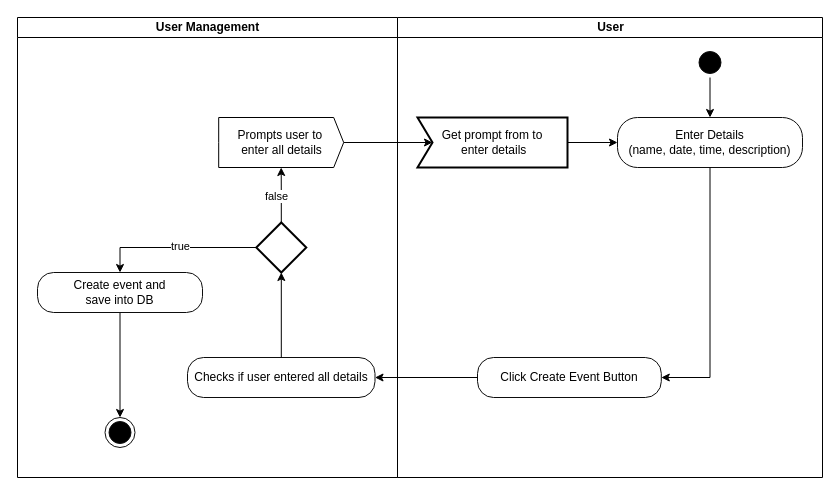
Earlier version of the draw.io diagram create_event_activity.drawio (SethabaAT/test-use-cases-md). Source tidied: cells renumbered, new cells numbered last; positions are measured from the earlier drawing's top-left corner, leaving out a move shared by most shapes. Both pictures are drawn from the tidied source at 100%, with x=0, y=0 at pixel (17, 17).
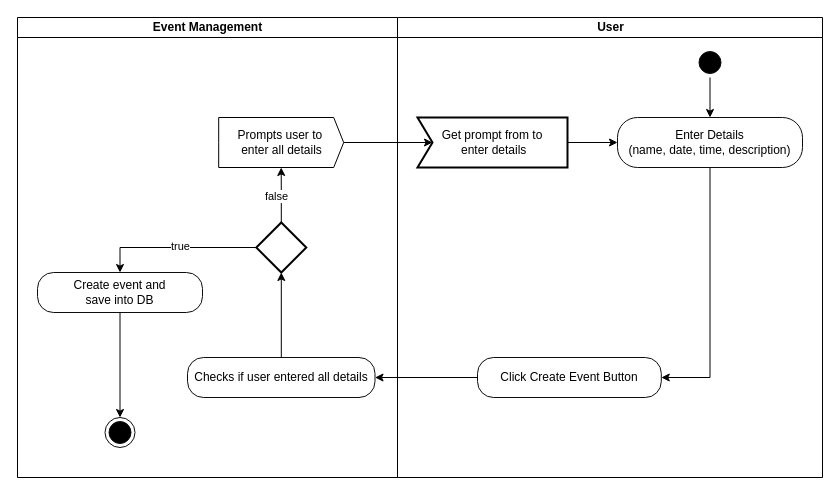
The same page after the edit.

Change to the diagram source:
```diff
@@
-    <mxCell id="10" value="User Management" style="swimlane;startSize=20;html=1;" parent="1" vertex="1">
+    <mxCell id="10" value="Event Management" style="swimlane;startSize=20;html=1;" parent="1" vertex="1">
       <mxGeometry width="380" height="460" as="geometry" />
     </mxCell>
```
